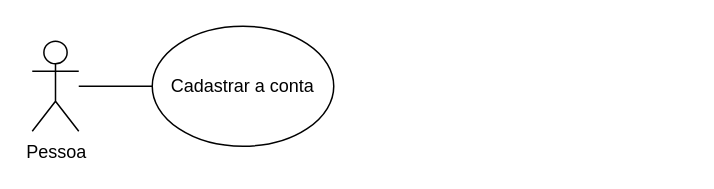
Earlier version of the draw.io diagram Diagrama sem nome.drawio (SrilluminatiYT/Henrique). Source tidied: cells renumbered, new cells numbered last; positions are measured from the earlier drawing's top-left corner, leaving out a move shared by most shapes. Both pictures are drawn from the tidied source at 150%, with x=0, y=0 at pixel (32, 26).
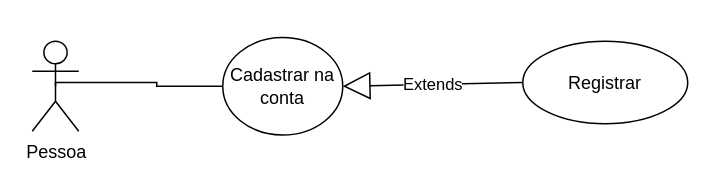
After the change.

What changed in the source:
```diff
@@
 <mxGraphModel>
   <root>
     <mxCell id="0" />
     <mxCell id="1" parent="0" />
-    <mxCell id="2" style="edgeStyle=orthogonalEdgeStyle;rounded=0;jettySize=auto;html=1;endArrow=none;endFill=0;" parent="1" edge="1" source="3" target="4">
-      <mxGeometry relative="1" as="geometry" />
+    <mxCell id="2" style="edgeStyle=orthogonalEdgeStyle;rounded=0;jettySize=auto;html=1;endArrow=none;endFill=0;entryX=0;entryY=0.5;entryDx=0;entryDy=0;exitX=0.5;exitY=0.5;exitDx=0;exitDy=0;exitPerimeter=0;" parent="1" edge="1" source="3" target="6">
+      <mxGeometry relative="1" as="geometry">
+        <Array as="points">
+          <mxPoint x="83" y="37.5" />
+          <mxPoint x="83" y="40.5" />
+        </Array>
+      </mxGeometry>
     </mxCell>
     <mxCell id="3" value="&lt;div&gt;Pessoa&lt;/div&gt;" style="shape=umlActor;verticalLabelPosition=bottom;verticalAlign=top;html=1;outlineConnect=0;" parent="1" vertex="1">
       <mxGeometry y="10" width="31" height="60" as="geometry" />
     </mxCell>
-    <mxCell id="4" value="Cadastrar a conta" style="ellipse;whiteSpace=wrap;html=1;" parent="1" vertex="1">
-      <mxGeometry x="80" width="121" height="80" as="geometry" />
-    </mxCell>
+    <mxCell id="5" value="Extends" style="endArrow=block;endSize=16;endFill=0;html=1;rounded=0;entryX=1;entryY=0.5;entryDx=0;entryDy=0;exitX=0;exitY=0.5;exitDx=0;exitDy=0;" parent="1" edge="1" target="6">
+      <mxGeometry relative="1" as="geometry">
+        <mxPoint x="327" y="37.5" as="sourcePoint" />
+      </mxGeometry>
+    </mxCell>
+    <mxCell id="6" value="Cadastrar na conta" style="ellipse;whiteSpace=wrap;html=1;" parent="1" vertex="1">
+      <mxGeometry x="127" y="7.5" width="80" height="65" as="geometry" />
+    </mxCell>
+    <mxCell id="7" value="Registrar" style="ellipse;whiteSpace=wrap;html=1;" parent="1" vertex="1">
+      <mxGeometry x="327" y="10" width="110" height="55" as="geometry" />
+    </mxCell>
   </root>
 </mxGraphModel>
```
